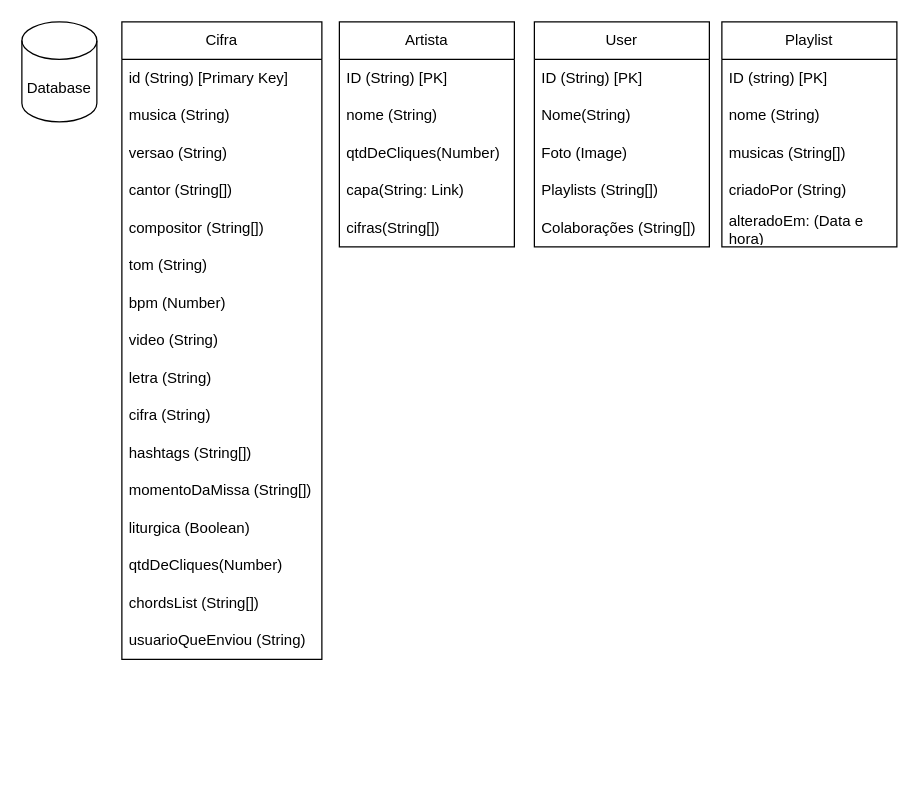
The draw.io diagram MissaCifras.drawio in mauriciomira1/MissaCifras, before the edit. Source tidied: cells renumbered, new cells numbered last; positions are measured from the earlier drawing's top-left corner, leaving out a move shared by most shapes. Both pictures are drawn from the tidied source at 125%, with x=0, y=0 at pixel (21, 21).
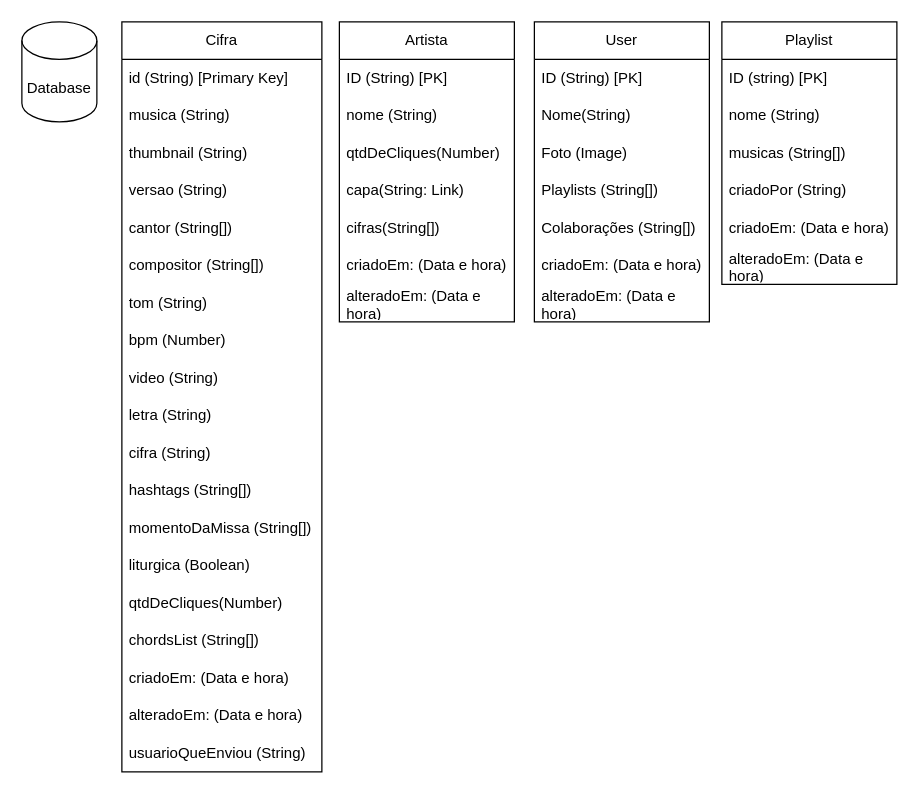
After the change.

Change to the diagram source:
```diff
@@
     <mxCell id="2" value="Cifra" style="swimlane;fontStyle=0;horizontal=1;startSize=30;whiteSpace=wrap;html=1;" parent="1" vertex="1">
-      <mxGeometry x="80" width="160" height="510" as="geometry" />
+      <mxGeometry x="80" width="160" height="600" as="geometry" />
     </mxCell>
@@
+    <mxCell id="38" value="thumbnail (String)" style="text;strokeColor=none;fillColor=none;align=left;verticalAlign=middle;spacingLeft=4;spacingRight=4;overflow=hidden;whiteSpace=wrap;html=1;" parent="2" vertex="1">
+      <mxGeometry y="90" width="160" height="30" as="geometry" />
+    </mxCell>
     <mxCell id="5" value="versao (String)" style="text;strokeColor=none;fillColor=none;align=left;verticalAlign=middle;spacingLeft=4;spacingRight=4;overflow=hidden;whiteSpace=wrap;html=1;" parent="2" vertex="1">
-      <mxGeometry y="90" width="160" height="30" as="geometry" />
+      <mxGeometry y="120" width="160" height="30" as="geometry" />
     </mxCell>
     <mxCell id="6" value="cantor (String[])" style="text;strokeColor=none;fillColor=none;align=left;verticalAlign=middle;spacingLeft=4;spacingRight=4;overflow=hidden;whiteSpace=wrap;html=1;" parent="2" vertex="1">
-      <mxGeometry y="120" width="160" height="30" as="geometry" />
+      <mxGeometry y="150" width="160" height="30" as="geometry" />
     </mxCell>
     <mxCell id="7" value="compositor (String[])" style="text;strokeColor=none;fillColor=none;align=left;verticalAlign=middle;spacingLeft=4;spacingRight=4;overflow=hidden;whiteSpace=wrap;html=1;" parent="2" vertex="1">
-      <mxGeometry y="150" width="160" height="30" as="geometry" />
+      <mxGeometry y="180" width="160" height="30" as="geometry" />
     </mxCell>
     <mxCell id="8" value="tom (String)" style="text;strokeColor=none;fillColor=none;align=left;verticalAlign=middle;spacingLeft=4;spacingRight=4;overflow=hidden;whiteSpace=wrap;html=1;" parent="2" vertex="1">
-      <mxGeometry y="180" width="160" height="30" as="geometry" />
+      <mxGeometry y="210" width="160" height="30" as="geometry" />
     </mxCell>
     <mxCell id="9" value="bpm (Number)" style="text;strokeColor=none;fillColor=none;align=left;verticalAlign=middle;spacingLeft=4;spacingRight=4;overflow=hidden;whiteSpace=wrap;html=1;" parent="2" vertex="1">
-      <mxGeometry y="210" width="160" height="30" as="geometry" />
+      <mxGeometry y="240" width="160" height="30" as="geometry" />
     </mxCell>
     <mxCell id="10" value="video (String)" style="text;strokeColor=none;fillColor=none;align=left;verticalAlign=middle;spacingLeft=4;spacingRight=4;overflow=hidden;whiteSpace=wrap;html=1;" parent="2" vertex="1">
-      <mxGeometry y="240" width="160" height="30" as="geometry" />
+      <mxGeometry y="270" width="160" height="30" as="geometry" />
     </mxCell>
     <mxCell id="11" value="letra (String)" style="text;strokeColor=none;fillColor=none;align=left;verticalAlign=middle;spacingLeft=4;spacingRight=4;overflow=hidden;whiteSpace=wrap;html=1;" parent="2" vertex="1">
-      <mxGeometry y="270" width="160" height="30" as="geometry" />
+      <mxGeometry y="300" width="160" height="30" as="geometry" />
     </mxCell>
     <mxCell id="12" value="cifra (String)" style="text;strokeColor=none;fillColor=none;align=left;verticalAlign=middle;spacingLeft=4;spacingRight=4;overflow=hidden;whiteSpace=wrap;html=1;" parent="2" vertex="1">
-      <mxGeometry y="300" width="160" height="30" as="geometry" />
+      <mxGeometry y="330" width="160" height="30" as="geometry" />
     </mxCell>
     <mxCell id="13" value="hashtags (String[])" style="text;strokeColor=none;fillColor=none;align=left;verticalAlign=middle;spacingLeft=4;spacingRight=4;overflow=hidden;whiteSpace=wrap;html=1;" parent="2" vertex="1">
-      <mxGeometry y="330" width="160" height="30" as="geometry" />
+      <mxGeometry y="360" width="160" height="30" as="geometry" />
     </mxCell>
     <mxCell id="14" value="momentoDaMissa (String[])" style="text;strokeColor=none;fillColor=none;align=left;verticalAlign=middle;spacingLeft=4;spacingRight=4;overflow=hidden;whiteSpace=wrap;html=1;" parent="2" vertex="1">
-      <mxGeometry y="360" width="160" height="30" as="geometry" />
+      <mxGeometry y="390" width="160" height="30" as="geometry" />
     </mxCell>
     <mxCell id="15" value="liturgica (Boolean)" style="text;strokeColor=none;fillColor=none;align=left;verticalAlign=middle;spacingLeft=4;spacingRight=4;overflow=hidden;whiteSpace=wrap;html=1;" parent="2" vertex="1">
-      <mxGeometry y="390" width="160" height="30" as="geometry" />
+      <mxGeometry y="420" width="160" height="30" as="geometry" />
     </mxCell>
     <mxCell id="16" value="qtdDeCliques(Number)" style="text;strokeColor=none;fillColor=none;align=left;verticalAlign=middle;spacingLeft=4;spacingRight=4;overflow=hidden;whiteSpace=wrap;html=1;" parent="2" vertex="1">
-      <mxGeometry y="420" width="160" height="30" as="geometry" />
+      <mxGeometry y="450" width="160" height="30" as="geometry" />
     </mxCell>
     <mxCell id="17" value="chordsList (String[])" style="text;strokeColor=none;fillColor=none;align=left;verticalAlign=middle;spacingLeft=4;spacingRight=4;overflow=hidden;whiteSpace=wrap;html=1;" parent="2" vertex="1">
-      <mxGeometry y="450" width="160" height="30" as="geometry" />
+      <mxGeometry y="480" width="160" height="30" as="geometry" />
     </mxCell>
+    <mxCell id="39" value="criadoEm: (Data e hora)" style="text;strokeColor=none;fillColor=none;align=left;verticalAlign=middle;spacingLeft=4;spacingRight=4;overflow=hidden;whiteSpace=wrap;html=1;" parent="2" vertex="1">
+      <mxGeometry y="510" width="160" height="30" as="geometry" />
+    </mxCell>
+    <mxCell id="40" value="alteradoEm: (Data e hora)" style="text;strokeColor=none;fillColor=none;align=left;verticalAlign=middle;spacingLeft=4;spacingRight=4;overflow=hidden;whiteSpace=wrap;html=1;" parent="2" vertex="1">
+      <mxGeometry y="540" width="160" height="30" as="geometry" />
+    </mxCell>
     <mxCell id="18" value="usuarioQueEnviou (String)" style="text;strokeColor=none;fillColor=none;align=left;verticalAlign=middle;spacingLeft=4;spacingRight=4;overflow=hidden;whiteSpace=wrap;html=1;" parent="2" vertex="1">
-      <mxGeometry y="480" width="160" height="30" as="geometry" />
+      <mxGeometry y="570" width="160" height="30" as="geometry" />
     </mxCell>
@@
     <mxCell id="20" value="Artista" style="swimlane;fontStyle=0;horizontal=1;startSize=30;whiteSpace=wrap;html=1;" parent="1" vertex="1">
-      <mxGeometry x="254" width="140" height="180" as="geometry" />
+      <mxGeometry x="254" width="140" height="240" as="geometry" />
     </mxCell>
@@
+    <mxCell id="41" value="criadoEm: (Data e hora)" style="text;strokeColor=none;fillColor=none;align=left;verticalAlign=middle;spacingLeft=4;spacingRight=4;overflow=hidden;whiteSpace=wrap;html=1;" parent="20" vertex="1">
+      <mxGeometry y="180" width="140" height="30" as="geometry" />
+    </mxCell>
+    <mxCell id="42" value="alteradoEm: (Data e hora)" style="text;strokeColor=none;fillColor=none;align=left;verticalAlign=middle;spacingLeft=4;spacingRight=4;overflow=hidden;whiteSpace=wrap;html=1;" parent="20" vertex="1">
+      <mxGeometry y="210" width="140" height="30" as="geometry" />
+    </mxCell>
     <mxCell id="26" value="User" style="swimlane;fontStyle=0;horizontal=1;startSize=30;whiteSpace=wrap;html=1;" parent="1" vertex="1">
-      <mxGeometry x="410" width="140" height="180" as="geometry" />
+      <mxGeometry x="410" width="140" height="240" as="geometry" />
     </mxCell>
@@
+    <mxCell id="43" value="criadoEm: (Data e hora)" style="text;strokeColor=none;fillColor=none;align=left;verticalAlign=middle;spacingLeft=4;spacingRight=4;overflow=hidden;whiteSpace=wrap;html=1;" parent="26" vertex="1">
+      <mxGeometry y="180" width="140" height="30" as="geometry" />
+    </mxCell>
+    <mxCell id="44" value="alteradoEm: (Data e hora)" style="text;strokeColor=none;fillColor=none;align=left;verticalAlign=middle;spacingLeft=4;spacingRight=4;overflow=hidden;whiteSpace=wrap;html=1;" parent="26" vertex="1">
+      <mxGeometry y="210" width="140" height="30" as="geometry" />
+    </mxCell>
     <mxCell id="32" value="Playlist" style="swimlane;fontStyle=0;horizontal=1;startSize=30;whiteSpace=wrap;html=1;" parent="1" vertex="1">
-      <mxGeometry x="560" width="140" height="180" as="geometry" />
+      <mxGeometry x="560" width="140" height="210" as="geometry" />
     </mxCell>
@@
-    <mxCell id="37" value="alteradoEm: (Data e hora)" style="text;strokeColor=none;fillColor=none;align=left;verticalAlign=middle;spacingLeft=4;spacingRight=4;overflow=hidden;whiteSpace=wrap;html=1;" parent="32" vertex="1">
+    <mxCell id="37" value="criadoEm: (Data e hora)" style="text;strokeColor=none;fillColor=none;align=left;verticalAlign=middle;spacingLeft=4;spacingRight=4;overflow=hidden;whiteSpace=wrap;html=1;" parent="32" vertex="1">
       <mxGeometry y="150" width="140" height="30" as="geometry" />
     </mxCell>
+    <mxCell id="45" value="alteradoEm: (Data e hora)" style="text;strokeColor=none;fillColor=none;align=left;verticalAlign=middle;spacingLeft=4;spacingRight=4;overflow=hidden;whiteSpace=wrap;html=1;" parent="32" vertex="1">
+      <mxGeometry y="180" width="140" height="30" as="geometry" />
+    </mxCell>
```
